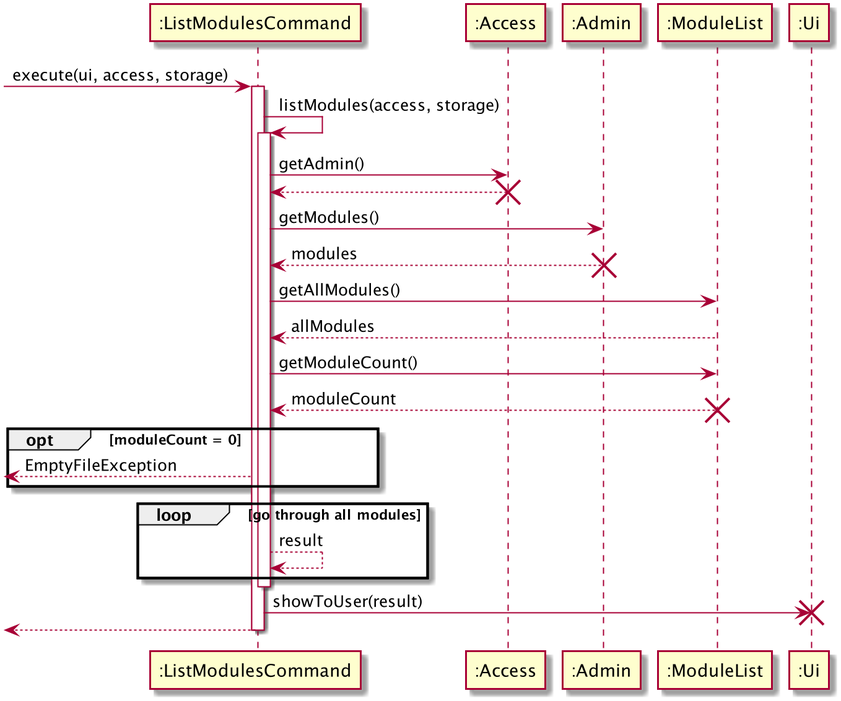
The PlantUML diagram docs/UML/listmod_seq_diagram.png in nus-cs2113-AY2021S1/tp, before a commit. The source it was exported from:
```plantuml
@startuml
-> ":ListModulesCommand" : execute(ui, access, storage)
activate ":ListModulesCommand"
":ListModulesCommand" -> ":ListModulesCommand" : listModules(access, storage)
activate ":ListModulesCommand"
":ListModulesCommand" -> ":Access" : getAdmin()
":ListModulesCommand" <-- ":Access"
destroy ":Access"
":ListModulesCommand" -> ":Admin" : getModules()
":ListModulesCommand" <-- ":Admin" : modules
destroy ":Admin"
":ListModulesCommand" -> ":ModuleList" : getAllModules()
":ListModulesCommand" <-- ":ModuleList" : allModules
":ListModulesCommand" -> ":ModuleList" : getModuleCount()
":ListModulesCommand" <-- ":ModuleList" : moduleCount
destroy ":ModuleList"
opt moduleCount = 0
    <-- ":ListModulesCommand" : EmptyFileException
end
loop go through all modules
":ListModulesCommand" --> ":ListModulesCommand" : result
end
deactivate ":ListModulesCommand"
":ListModulesCommand" -> ":Ui" : showToUser(result)
destroy ":Ui"
<-- ":ListModulesCommand"
deactivate ":ListModulesCommand"
@enduml
```
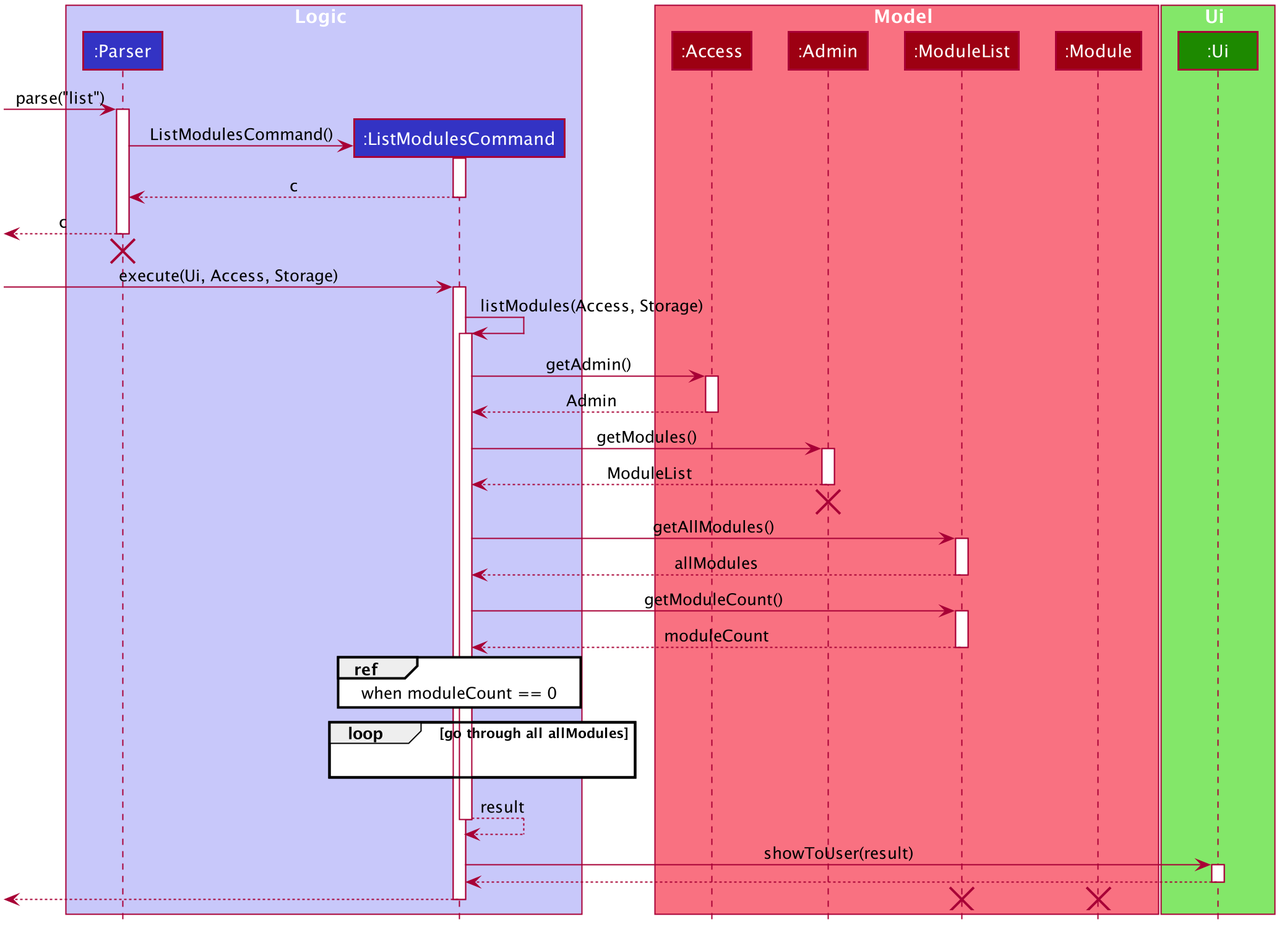
After the commit.

Diff of the diagram source:
```diff
@@ -1,28 +1,137 @@
 @startuml
--> ":ListModulesCommand" : execute(ui, access, storage)
-activate ":ListModulesCommand"
-":ListModulesCommand" -> ":ListModulesCommand" : listModules(access, storage)
-activate ":ListModulesCommand"
-":ListModulesCommand" -> ":Access" : getAdmin()
-":ListModulesCommand" <-- ":Access"
-destroy ":Access"
-":ListModulesCommand" -> ":Admin" : getModules()
-":ListModulesCommand" <-- ":Admin" : modules
-destroy ":Admin"
-":ListModulesCommand" -> ":ModuleList" : getAllModules()
-":ListModulesCommand" <-- ":ModuleList" : allModules
-":ListModulesCommand" -> ":ModuleList" : getModuleCount()
-":ListModulesCommand" <-- ":ModuleList" : moduleCount
-destroy ":ModuleList"
-opt moduleCount = 0
-    <-- ":ListModulesCommand" : EmptyFileException
+
+
+
+
+
+
+
+
+skinparam BackgroundColor #FFFFFFF
+
+skinparam Shadowing false
+
+skinparam Class {
+    FontColor #FFFFFF
+    BorderThickness 1
+    BorderColor #FFFFFF
+    StereotypeFontColor #FFFFFF
+    FontName Arial
+}
+
+skinparam Actor {
+    BorderColor #000000
+    Color #000000
+    FontName Arial
+}
+
+skinparam Sequence {
+    MessageAlign center
+    BoxFontSize 15
+    BoxPadding 0
+    BoxFontColor #FFFFFF
+    FontName Arial
+}
+
+skinparam Participant {
+    FontColor #FFFFFFF
+    Padding 20
+}
+
+skinparam MinClassWidth 50
+skinparam ParticipantPadding 10
+skinparam Shadowing false
+skinparam DefaultTextAlignment center
+skinparam packageStyle Rectangle
+
+hide footbox
+hide members
+hide circle
+
+box Logic #C8C8FA
+participant ":Parser" as Parser #3333C4
+participant ":ListModulesCommand" as ListModulesCommand #3333C4
+end box
+
+box Model #F97181
+participant ":Access" as Access #9D0012
+participant ":Admin" as Admin #9D0012
+participant ":ModuleList" as ModuleList #9D0012
+participant ":Module" as Module #9D0012
+end box
+
+box Ui #83E769
+participant ":Ui" as Ui #1D8900
+end box
+
+[-> Parser : parse("list")
+activate Parser
+
+create ListModulesCommand
+Parser -> ListModulesCommand : ListModulesCommand()
+activate ListModulesCommand
+
+ListModulesCommand --> Parser : c
+deactivate ListModulesCommand
+
+[<-- Parser : c
+deactivate Parser
+[<-[hidden]- Parser
+destroy Parser
+
+[-> ListModulesCommand : execute(Ui, Access, Storage)
+activate ListModulesCommand
+
+ListModulesCommand -> ListModulesCommand : listModules(Access, Storage)
+activate ListModulesCommand
+
+ListModulesCommand -> Access : getAdmin()
+activate Access
+
+Access --> ListModulesCommand : Admin
+deactivate Access
+
+ListModulesCommand -> Admin : getModules()
+activate Admin
+
+Admin--> ListModulesCommand : ModuleList
+deactivate Admin
+[<-[hidden]- ListModulesCommand
+destroy Admin
+
+ListModulesCommand -> ModuleList : getAllModules()
+activate ModuleList
+
+ModuleList --> ListModulesCommand : allModules
+deactivate ModuleList
+
+ListModulesCommand -> ModuleList : getModuleCount()
+activate ModuleList
+
+ModuleList --> ListModulesCommand : moduleCount
+deactivate ModuleList
+
+ref over ListModulesCommand
+when moduleCount == 0
 end
-loop go through all modules
-":ListModulesCommand" --> ":ListModulesCommand" : result
+
+loop go through all allModules
+ListModulesCommand -[hidden]-> ListModulesCommand
 end
-deactivate ":ListModulesCommand"
-":ListModulesCommand" -> ":Ui" : showToUser(result)
-destroy ":Ui"
-<-- ":ListModulesCommand"
-deactivate ":ListModulesCommand"
+
+activate ListModulesCommand
+ListModulesCommand --> ListModulesCommand : result
+deactivate ListModulesCommand
+
+ListModulesCommand -> Ui : showToUser(result)
+activate Ui
+
+Ui --> ListModulesCommand
+deactivate Ui
+
+[<-- ListModulesCommand
+deactivate ListModulesCommand
+
+destroy ModuleList
+destroy Module
 @enduml
```
